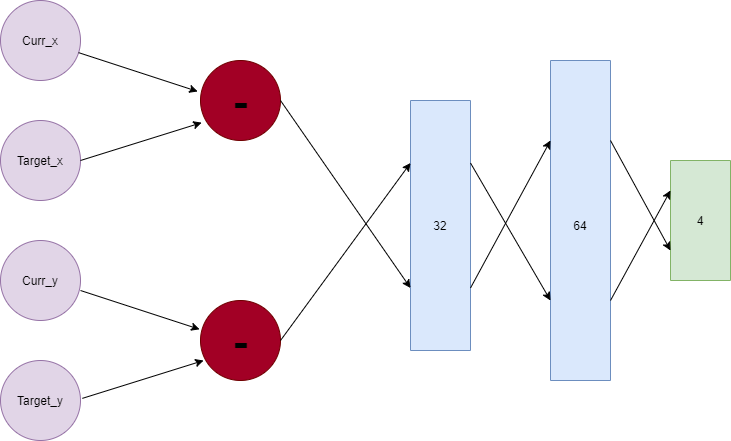
Above: Figures/User_nn.png in Tanay0101/AI-Input-Design (draw.io), before the change. Source tidied: cells renumbered, new cells last; positions are measured from the earlier drawing's top-left corner, leaving out a move shared by most shapes.
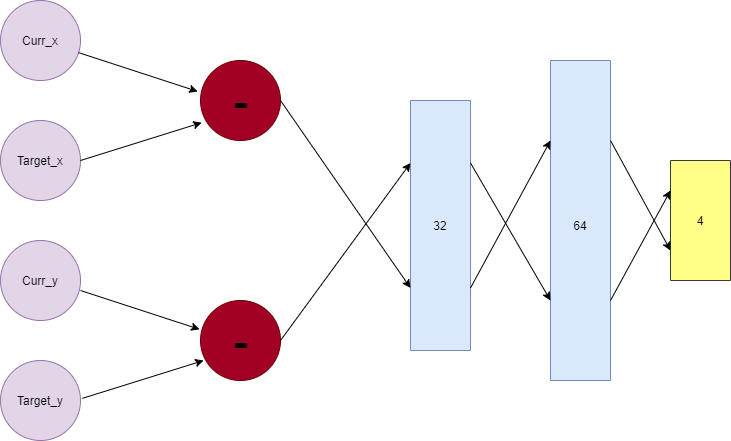
Above is the later version.

Change to the diagram source:
```diff
@@ -56,7 +56,7 @@
     <mxCell id="17" style="endArrow=classic;html=1;exitX=0.75;exitY=0;exitDx=0;exitDy=0;entryX=0.25;entryY=1;entryDx=0;entryDy=0;" parent="1" edge="1" source="12" target="15">
       <mxGeometry relative="1" as="geometry" />
     </mxCell>
-    <mxCell id="18" style="rounded=0;whiteSpace=wrap;html=1;direction=south;fillColor=#d5e8d4;strokeColor=#82b366;" parent="1" vertex="1">
+    <mxCell id="18" style="rounded=0;whiteSpace=wrap;html=1;direction=south;fillColor=#ffff88;strokeColor=#36393d;" parent="1" vertex="1">
       <mxGeometry x="670" y="160" width="60" height="120" as="geometry" />
     </mxCell>
     <mxCell id="19" style="endArrow=classic;html=1;exitX=0.25;exitY=0;exitDx=0;exitDy=0;entryX=0.75;entryY=1;entryDx=0;entryDy=0;" parent="1" edge="1" source="15" target="18">
```
